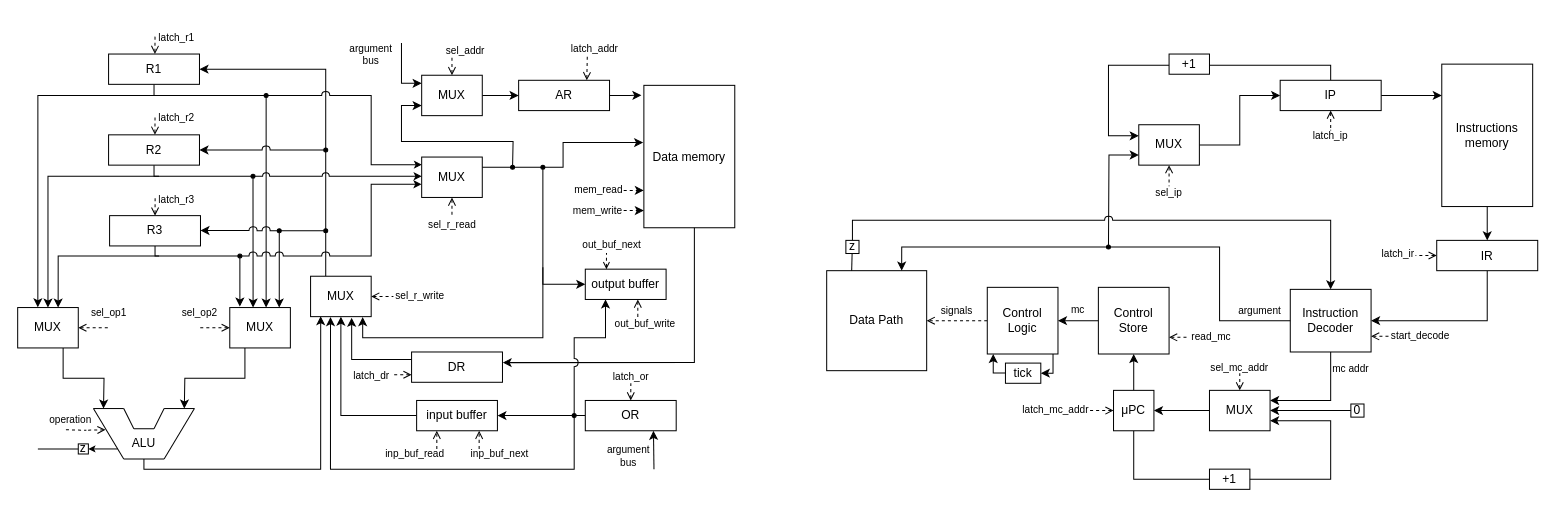
The draw.io diagram resources/machine.drawio in DenisBilobram/csa-lab3-bilobram, before the edit. Source tidied: cells renumbered, new cells numbered last; positions are measured from the earlier drawing's top-left corner, leaving out a move shared by most shapes. Both pictures are drawn from the tidied source at 101%, with x=0, y=0 at pixel (17, 17).
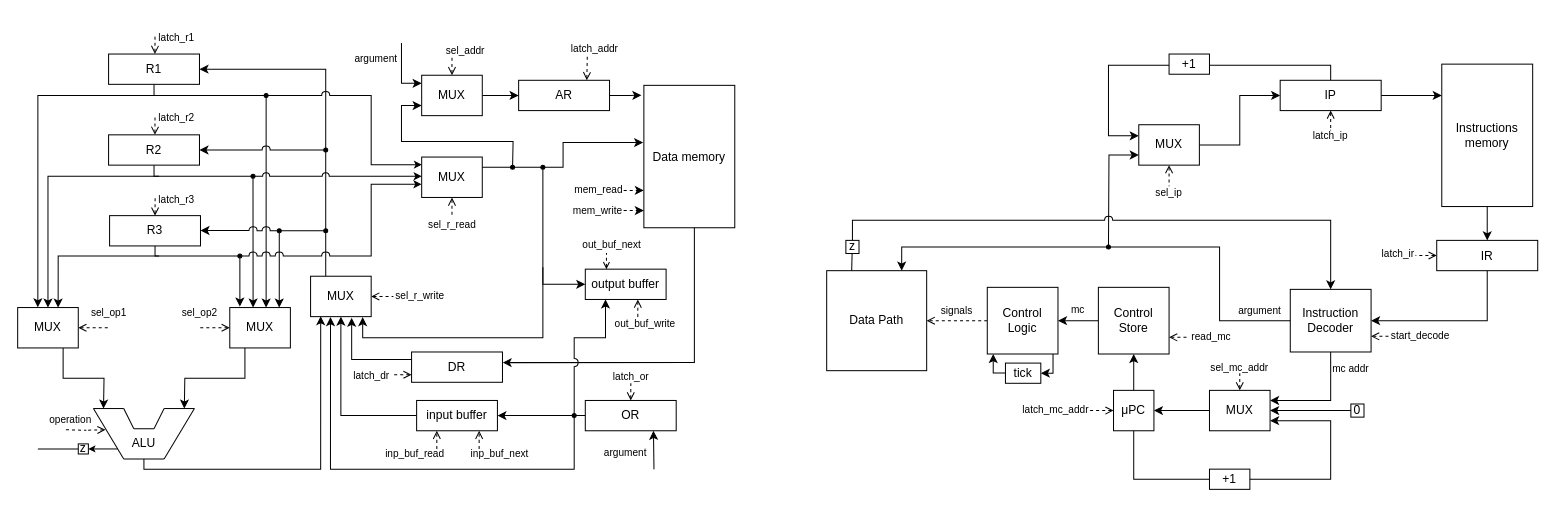
Above is the later version.

What changed in the source:
```diff
@@
-    <mxCell id="49" value="argument bus" style="text;html=1;align=center;verticalAlign=middle;whiteSpace=wrap;rounded=0;fontSize=10;" parent="1" vertex="1">
-      <mxGeometry x="320" y="21" width="60" height="30" as="geometry" />
+    <mxCell id="49" value="argument" style="text;html=1;align=center;verticalAlign=middle;whiteSpace=wrap;rounded=0;fontSize=10;" parent="1" vertex="1">
+      <mxGeometry x="325" y="25" width="60" height="30" as="geometry" />
     </mxCell>
@@
-    <mxCell id="92" value="argument bus" style="text;html=1;align=center;verticalAlign=middle;whiteSpace=wrap;rounded=0;fontSize=10;" parent="1" vertex="1">
-      <mxGeometry x="575" y="419" width="60" height="30" as="geometry" />
+    <mxCell id="92" value="argument" style="text;html=1;align=center;verticalAlign=middle;whiteSpace=wrap;rounded=0;fontSize=10;" parent="1" vertex="1">
+      <mxGeometry x="572" y="415" width="60" height="30" as="geometry" />
     </mxCell>
```
